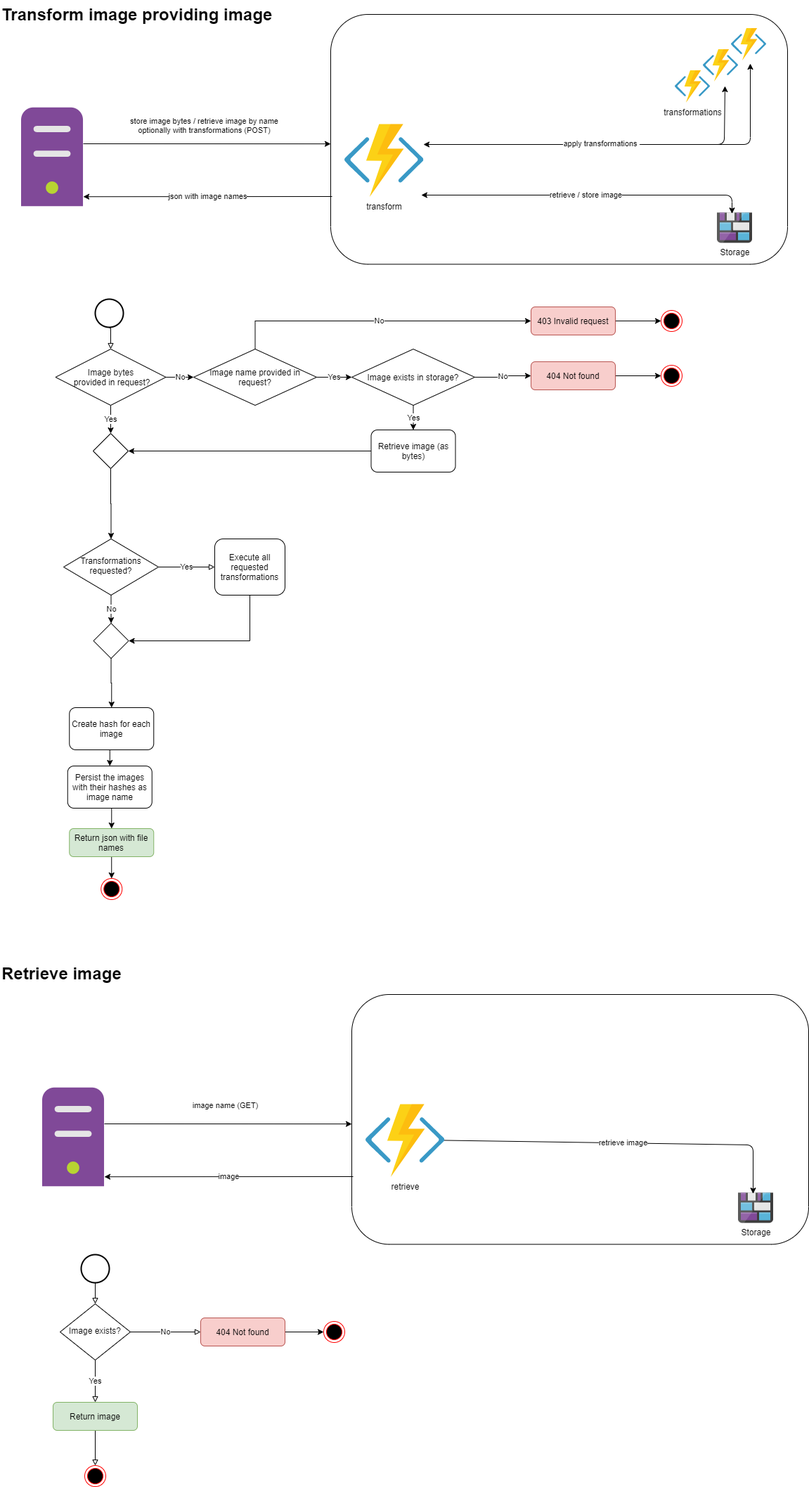
Before: documentation/architecture.png, a diagram exported from draw.io (stainii/portal-image). Source tidied: cells renumbered, new cells last; positions are measured from the earlier drawing's top-left corner, leaving out a move shared by most shapes.
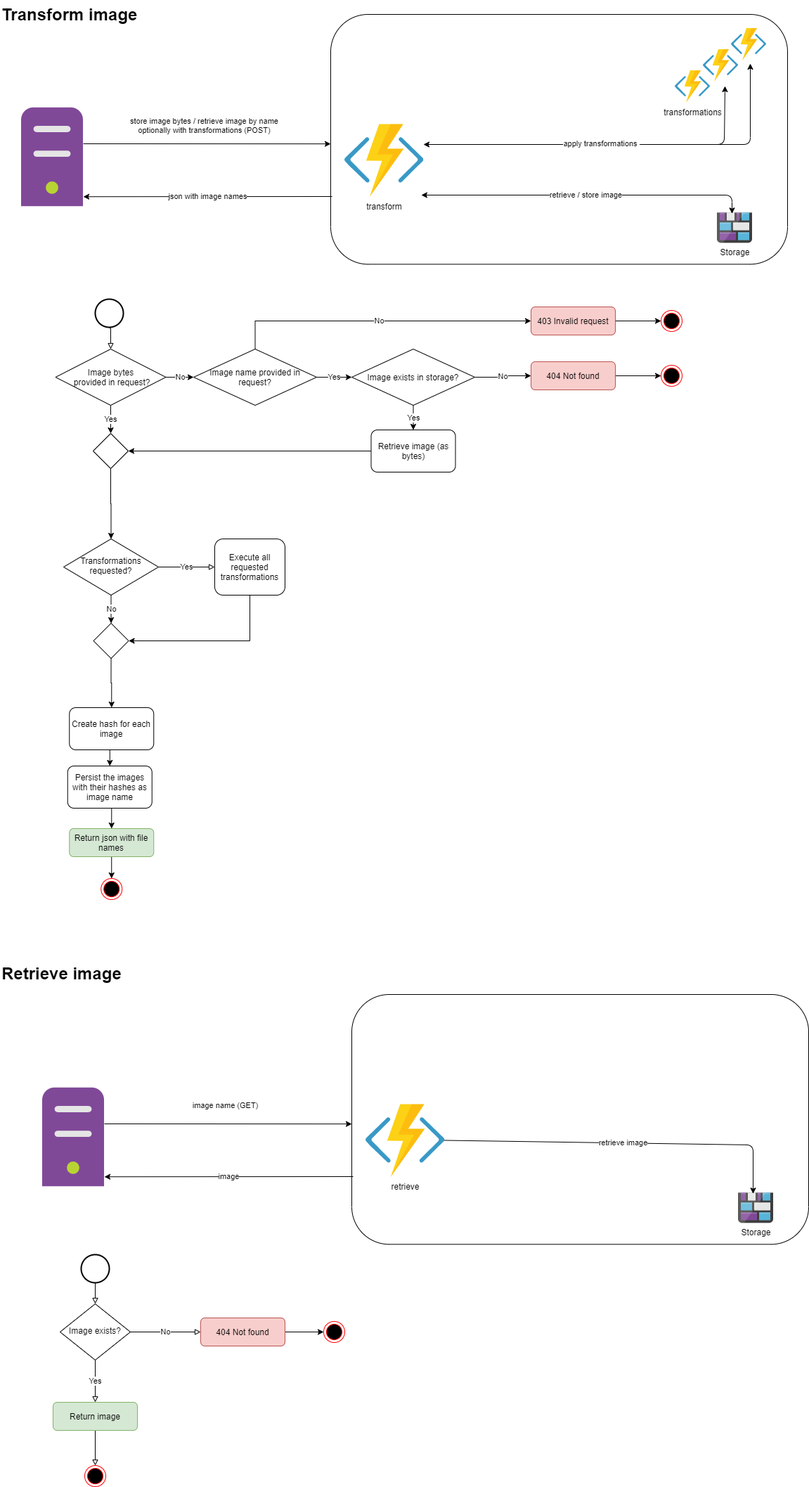
After the commit.

Change to the diagram source:
```diff
@@ -97,7 +97,7 @@
     <mxCell id="23" style="ellipse;html=1;shape=endState;fillColor=#000000;strokeColor=#ff0000;" parent="1" vertex="1">
       <mxGeometry x="143.2" y="1249" width="30" height="30" as="geometry" />
     </mxCell>
-    <mxCell id="24" value="Transform image providing image" style="text;strokeColor=none;fillColor=none;html=1;fontSize=24;fontStyle=1;verticalAlign=middle;align=left;" parent="1" vertex="1">
+    <mxCell id="24" value="Transform image" style="text;strokeColor=none;fillColor=none;html=1;fontSize=24;fontStyle=1;verticalAlign=middle;align=left;" parent="1" vertex="1">
       <mxGeometry width="575" height="40" as="geometry" />
     </mxCell>
     <mxCell id="25" style="edgeStyle=orthogonalEdgeStyle;rounded=0;orthogonalLoop=1;jettySize=auto;html=1;exitX=0.5;exitY=1;exitDx=0;exitDy=0;entryX=0.5;entryY=0;entryDx=0;entryDy=0;startArrow=none;startFill=0;" parent="1" edge="1">
```
